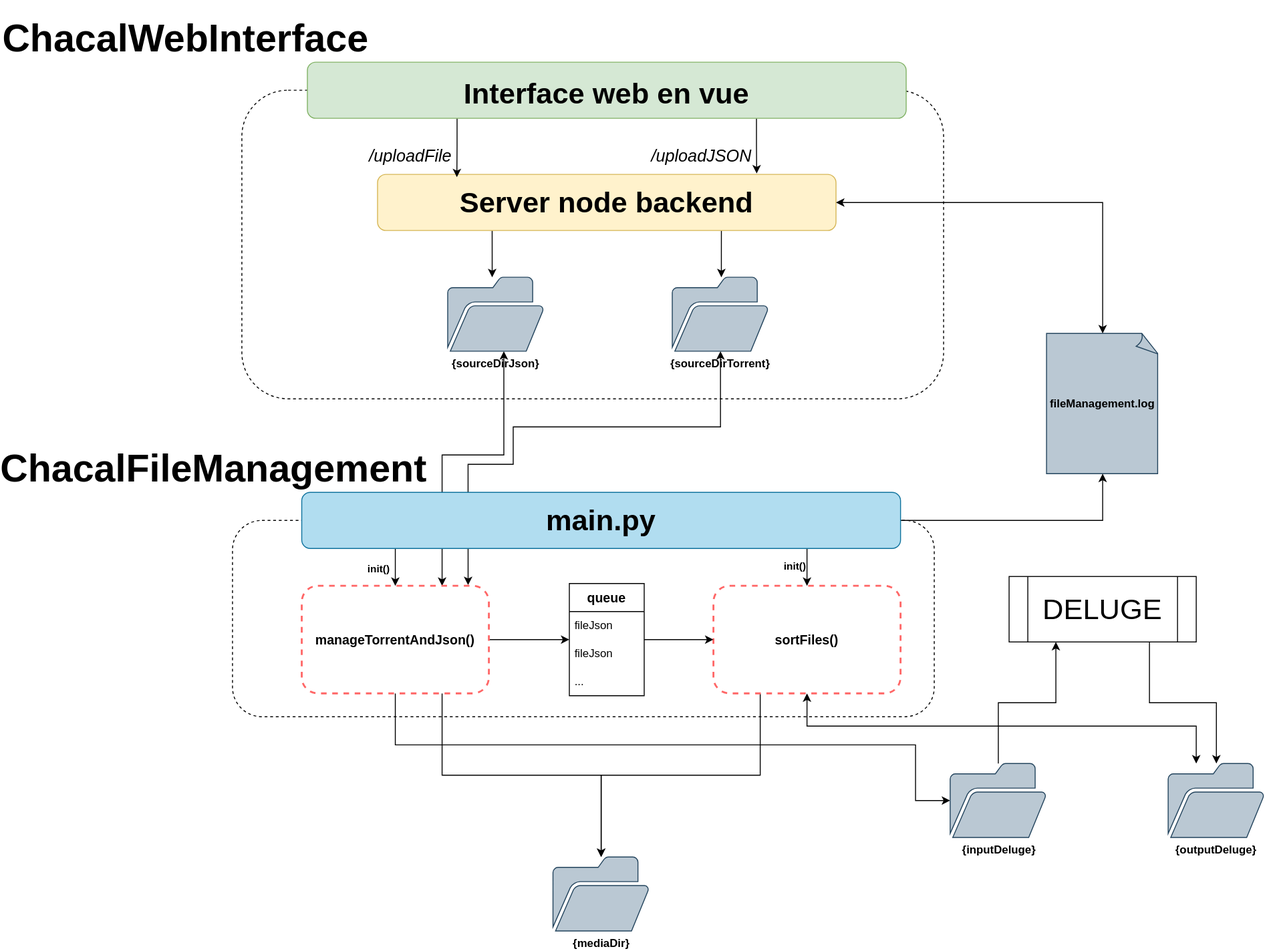
Earlier version of the draw.io export Archi_ChacalTorrent.svg (ChacalTordu/ChacalTorrent). Source tidied: cells renumbered, new cells last; positions are measured from the earlier drawing's top-left corner, leaving out a move shared by most shapes.
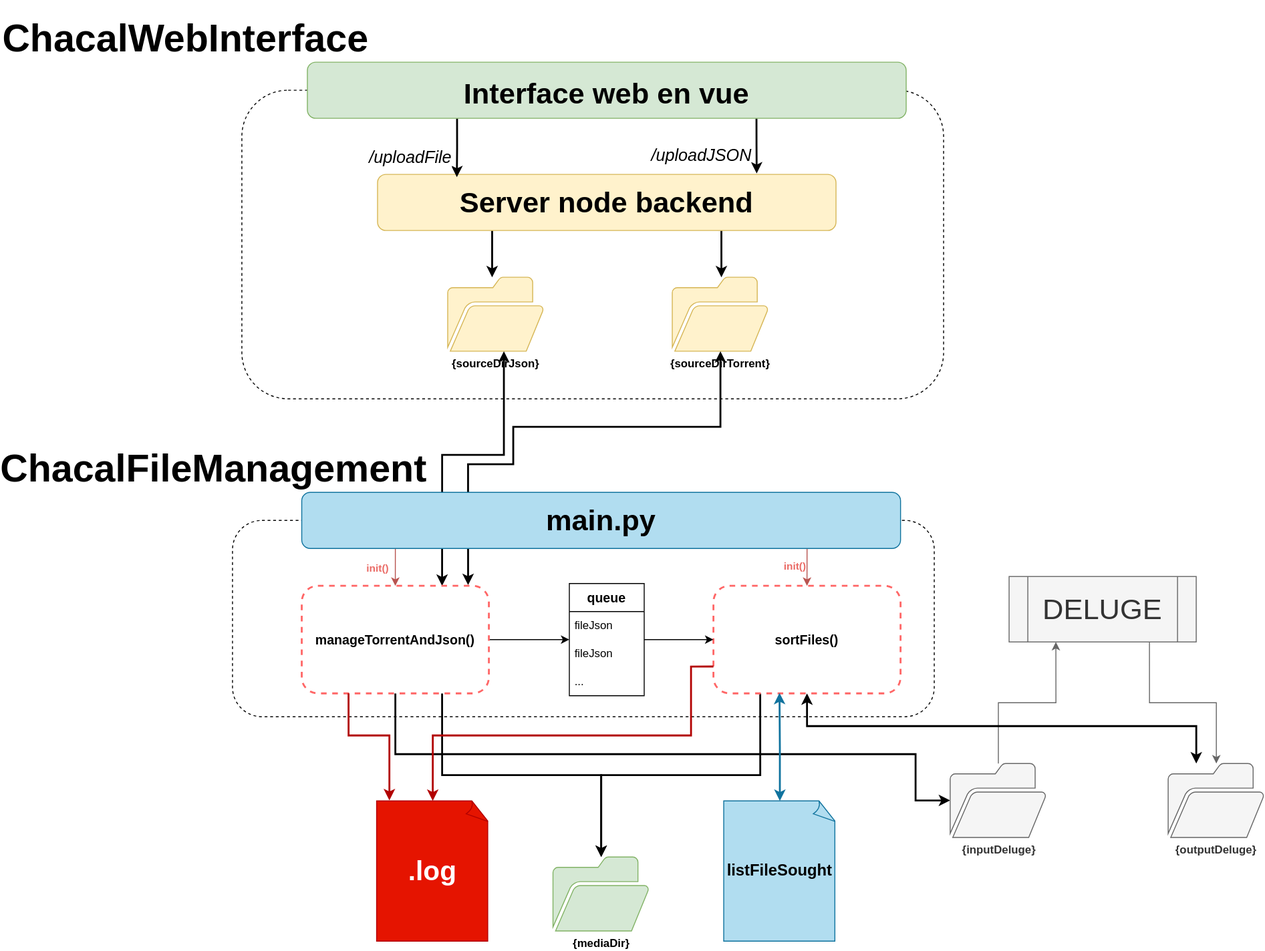
The same file after the commit.

Change to the diagram source:
```diff
@@ -5,7 +5,7 @@
     <mxCell id="2" style="rounded=1;whiteSpace=wrap;html=1;fillColor=none;dashed=1;" parent="1" vertex="1">
       <mxGeometry x="220" y="70" width="750" height="330" as="geometry" />
     </mxCell>
-    <mxCell id="3" style="edgeStyle=orthogonalEdgeStyle;rounded=0;jettySize=auto;html=1;exitX=0.25;exitY=1;exitDx=0;exitDy=0;" parent="1" edge="1" source="5" target="6">
+    <mxCell id="3" style="edgeStyle=orthogonalEdgeStyle;rounded=0;jettySize=auto;html=1;exitX=0.25;exitY=1;exitDx=0;exitDy=0;strokeWidth=2;" parent="1" edge="1" source="5" target="6">
       <mxGeometry relative="1" as="geometry">
         <Array as="points">
           <mxPoint x="488" y="245" />
@@ -13,7 +13,7 @@
         </Array>
       </mxGeometry>
     </mxCell>
-    <mxCell id="4" style="edgeStyle=orthogonalEdgeStyle;rounded=0;jettySize=auto;html=1;exitX=0.75;exitY=1;exitDx=0;exitDy=0;" parent="1" edge="1" source="5" target="7">
+    <mxCell id="4" style="edgeStyle=orthogonalEdgeStyle;rounded=0;jettySize=auto;html=1;exitX=0.75;exitY=1;exitDx=0;exitDy=0;strokeWidth=2;" parent="1" edge="1" source="5" target="7">
       <mxGeometry relative="1" as="geometry">
         <Array as="points">
           <mxPoint x="733" y="245" />
@@ -24,13 +24,13 @@
     <mxCell id="5" value="&lt;h1 style=&quot;font-size: 25px;&quot;&gt;&lt;font style=&quot;font-size: 31px;&quot;&gt;Server node backend&lt;/font&gt;&lt;/h1&gt;" style="rounded=1;whiteSpace=wrap;html=1;fillColor=#fff2cc;strokeColor=#d6b656;" parent="1" vertex="1">
       <mxGeometry x="365" y="160" width="490" height="60" as="geometry" />
     </mxCell>
-    <mxCell id="6" value="&lt;b&gt;{sourceDirJson}&lt;/b&gt;" style="sketch=0;shadow=0;dashed=0;html=1;labelPosition=center;verticalLabelPosition=bottom;verticalAlign=top;outlineConnect=0;align=center;shape=mxgraph.office.concepts.folder_open;fillColor=#bac8d3;strokeColor=#23445d;" parent="1" vertex="1">
+    <mxCell id="6" value="&lt;b&gt;{sourceDirJson}&lt;/b&gt;" style="sketch=0;shadow=0;dashed=0;html=1;labelPosition=center;verticalLabelPosition=bottom;verticalAlign=top;outlineConnect=0;align=center;shape=mxgraph.office.concepts.folder_open;fillColor=#fff2cc;strokeColor=#d6b656;" parent="1" vertex="1">
       <mxGeometry x="440" y="270" width="103" height="79.1" as="geometry" />
     </mxCell>
-    <mxCell id="7" value="&lt;b&gt;{sourceDirTorrent}&lt;/b&gt;" style="sketch=0;shadow=0;dashed=0;html=1;strokeColor=#23445d;fillColor=#bac8d3;labelPosition=center;verticalLabelPosition=bottom;verticalAlign=top;outlineConnect=0;align=center;shape=mxgraph.office.concepts.folder_open;" parent="1" vertex="1">
+    <mxCell id="7" value="&lt;b&gt;{sourceDirTorrent}&lt;/b&gt;" style="sketch=0;shadow=0;dashed=0;html=1;strokeColor=#d6b656;fillColor=#fff2cc;labelPosition=center;verticalLabelPosition=bottom;verticalAlign=top;outlineConnect=0;align=center;shape=mxgraph.office.concepts.folder_open;" parent="1" vertex="1">
       <mxGeometry x="680" y="270" width="103" height="79.1" as="geometry" />
     </mxCell>
-    <mxCell id="8" style="edgeStyle=orthogonalEdgeStyle;rounded=0;jettySize=auto;html=1;exitX=0.25;exitY=1;exitDx=0;exitDy=0;entryX=0.173;entryY=0.05;entryDx=0;entryDy=0;entryPerimeter=0;" parent="1" edge="1" source="12" target="5">
+    <mxCell id="8" style="edgeStyle=orthogonalEdgeStyle;rounded=0;jettySize=auto;html=1;exitX=0.25;exitY=1;exitDx=0;exitDy=0;entryX=0.173;entryY=0.05;entryDx=0;entryDy=0;entryPerimeter=0;strokeWidth=2;" parent="1" edge="1" source="12" target="5">
       <mxGeometry relative="1" as="geometry" />
     </mxCell>
     <mxCell id="9" value="&lt;font style=&quot;font-size: 18px;&quot;&gt;&lt;i&gt;/uploadFile&lt;/i&gt;&lt;/font&gt;" style="edgeLabel;html=1;align=center;verticalAlign=middle;" parent="8" vertex="1">
@@ -38,7 +38,7 @@
         <mxPoint x="-48" y="9" as="offset" />
       </mxGeometry>
     </mxCell>
-    <mxCell id="10" style="edgeStyle=orthogonalEdgeStyle;rounded=0;jettySize=auto;html=1;exitX=0.75;exitY=1;exitDx=0;exitDy=0;entryX=0.827;entryY=-0.017;entryDx=0;entryDy=0;entryPerimeter=0;" parent="1" edge="1" source="12" target="5">
+    <mxCell id="10" style="edgeStyle=orthogonalEdgeStyle;rounded=0;jettySize=auto;html=1;exitX=0.75;exitY=1;exitDx=0;exitDy=0;entryX=0.827;entryY=-0.017;entryDx=0;entryDy=0;entryPerimeter=0;strokeWidth=2;" parent="1" edge="1" source="12" target="5">
       <mxGeometry relative="1" as="geometry" />
     </mxCell>
     <mxCell id="11" value="&lt;font style=&quot;font-size: 18px;&quot;&gt;&lt;i&gt;/uploadJSON&lt;/i&gt;&lt;/font&gt;" style="edgeLabel;html=1;align=center;verticalAlign=middle;" parent="10" vertex="1">
@@ -55,16 +55,10 @@
     <mxCell id="14" value="&lt;h1 style=&quot;font-size: 25px;&quot;&gt;&lt;font style=&quot;font-size: 41px;&quot;&gt;ChacalFileManagement&lt;/font&gt;&lt;/h1&gt;" style="text;html=1;align=center;verticalAlign=middle;whiteSpace=wrap;rounded=0;" parent="1" vertex="1">
       <mxGeometry x="30" y="460" width="320" height="30" as="geometry" />
     </mxCell>
-    <mxCell id="15" value="&lt;div style=&quot;font-size: 13px;&quot; align=&quot;center&quot;&gt;&lt;font style=&quot;font-size: 12px;&quot;&gt;&lt;b&gt;fileManagement.log&lt;/b&gt;&lt;/font&gt;&lt;/div&gt;" style="whiteSpace=wrap;html=1;shape=mxgraph.basic.document;align=center;fillColor=#bac8d3;strokeColor=#23445d;" parent="1" vertex="1">
-      <mxGeometry x="1080" y="330" width="120" height="150" as="geometry" />
+    <mxCell id="15" value="&lt;div style=&quot;font-size: 29px;&quot; align=&quot;center&quot;&gt;&lt;font style=&quot;font-size: 29px;&quot;&gt;&lt;b&gt;.log&lt;/b&gt;&lt;/font&gt;&lt;/div&gt;" style="whiteSpace=wrap;html=1;shape=mxgraph.basic.document;align=center;fillColor=#e51400;strokeColor=#B20000;fontColor=#ffffff;" parent="1" vertex="1">
+      <mxGeometry x="364" y="830" width="120" height="150" as="geometry" />
     </mxCell>
-    <mxCell id="16" style="edgeStyle=orthogonalEdgeStyle;rounded=0;jettySize=auto;html=1;entryX=0.5;entryY=0;entryDx=0;entryDy=0;entryPerimeter=0;startArrow=classic;startFill=1;" parent="1" edge="1" source="5" target="15">
-      <mxGeometry relative="1" as="geometry" />
-    </mxCell>
-    <mxCell id="17" style="edgeStyle=orthogonalEdgeStyle;rounded=0;jettySize=auto;html=1;entryX=0.5;entryY=1;entryDx=0;entryDy=0;entryPerimeter=0;" parent="1" edge="1" source="38" target="15">
-      <mxGeometry relative="1" as="geometry" />
-    </mxCell>
-    <mxCell id="18" style="edgeStyle=orthogonalEdgeStyle;rounded=0;jettySize=auto;html=1;entryX=0.75;entryY=0;entryDx=0;entryDy=0;startArrow=classic;startFill=1;" parent="1" edge="1" source="6" target="31">
+    <mxCell id="18" style="edgeStyle=orthogonalEdgeStyle;rounded=0;jettySize=auto;html=1;entryX=0.75;entryY=0;entryDx=0;entryDy=0;startArrow=classic;startFill=1;strokeWidth=2;" parent="1" edge="1" source="6" target="31">
       <mxGeometry relative="1" as="geometry">
         <Array as="points">
           <mxPoint x="500" y="460" />
@@ -72,7 +66,7 @@
         </Array>
       </mxGeometry>
     </mxCell>
-    <mxCell id="19" style="edgeStyle=orthogonalEdgeStyle;rounded=0;jettySize=auto;html=1;entryX=0.889;entryY=-0.007;entryDx=0;entryDy=0;entryPerimeter=0;startArrow=classic;startFill=1;" parent="1" edge="1" source="7" target="31">
+    <mxCell id="19" style="edgeStyle=orthogonalEdgeStyle;rounded=0;jettySize=auto;html=1;entryX=0.889;entryY=-0.007;entryDx=0;entryDy=0;entryPerimeter=0;startArrow=classic;startFill=1;strokeWidth=2;" parent="1" edge="1" source="7" target="31">
       <mxGeometry relative="1" as="geometry">
         <Array as="points">
           <mxPoint x="732" y="430" />
@@ -82,31 +76,31 @@
         </Array>
       </mxGeometry>
     </mxCell>
-    <mxCell id="20" style="edgeStyle=orthogonalEdgeStyle;rounded=0;jettySize=auto;html=1;entryX=0.25;entryY=1;entryDx=0;entryDy=0;" parent="1" edge="1" source="22" target="25">
+    <mxCell id="20" style="edgeStyle=orthogonalEdgeStyle;rounded=0;jettySize=auto;html=1;entryX=0.25;entryY=1;entryDx=0;entryDy=0;fillColor=#f5f5f5;strokeColor=#666666;" parent="1" edge="1" source="22" target="25">
       <mxGeometry relative="1" as="geometry" />
     </mxCell>
-    <mxCell id="21" style="edgeStyle=orthogonalEdgeStyle;rounded=0;jettySize=auto;html=1;startArrow=classic;startFill=1;endArrow=none;endFill=0;" parent="1" edge="1" source="22" target="31">
+    <mxCell id="21" style="edgeStyle=orthogonalEdgeStyle;rounded=0;jettySize=auto;html=1;startArrow=classic;startFill=1;endArrow=none;endFill=0;strokeWidth=2;" parent="1" edge="1" source="22" target="31">
       <mxGeometry relative="1" as="geometry">
         <Array as="points">
           <mxPoint x="940" y="830" />
-          <mxPoint x="940" y="770" />
-          <mxPoint x="384" y="770" />
+          <mxPoint x="940" y="780" />
+          <mxPoint x="384" y="780" />
         </Array>
       </mxGeometry>
     </mxCell>
-    <mxCell id="22" value="&lt;b&gt;{inputDeluge}&lt;/b&gt;" style="sketch=0;shadow=0;dashed=0;html=1;labelPosition=center;verticalLabelPosition=bottom;verticalAlign=top;outlineConnect=0;align=center;shape=mxgraph.office.concepts.folder_open;fillColor=#bac8d3;strokeColor=#23445d;" parent="1" vertex="1">
+    <mxCell id="22" value="&lt;b&gt;{inputDeluge}&lt;/b&gt;" style="sketch=0;shadow=0;dashed=0;html=1;labelPosition=center;verticalLabelPosition=bottom;verticalAlign=top;outlineConnect=0;align=center;shape=mxgraph.office.concepts.folder_open;fillColor=#f5f5f5;strokeColor=#666666;fontColor=#333333;" parent="1" vertex="1">
       <mxGeometry x="977" y="790" width="103" height="79.1" as="geometry" />
     </mxCell>
-    <mxCell id="23" style="edgeStyle=orthogonalEdgeStyle;rounded=0;jettySize=auto;html=1;exitX=0.75;exitY=1;exitDx=0;exitDy=0;" parent="1" edge="1" source="25" target="27">
+    <mxCell id="23" style="edgeStyle=orthogonalEdgeStyle;rounded=0;jettySize=auto;html=1;exitX=0.75;exitY=1;exitDx=0;exitDy=0;fillColor=#f5f5f5;strokeColor=#666666;" parent="1" edge="1" source="25" target="27">
       <mxGeometry relative="1" as="geometry" />
     </mxCell>
     <mxCell id="24" style="rounded=1;whiteSpace=wrap;html=1;fillColor=none;dashed=1;" parent="1" vertex="1">
       <mxGeometry x="210" y="530" width="750" height="210" as="geometry" />
     </mxCell>
-    <mxCell id="25" value="&lt;font style=&quot;font-size: 31px;&quot;&gt;DELUGE&lt;/font&gt;" style="shape=process;whiteSpace=wrap;html=1;backgroundOutline=1;" parent="1" vertex="1">
+    <mxCell id="25" value="&lt;font style=&quot;font-size: 31px;&quot;&gt;DELUGE&lt;/font&gt;" style="shape=process;whiteSpace=wrap;html=1;backgroundOutline=1;fillColor=#f5f5f5;fontColor=#333333;strokeColor=#666666;" parent="1" vertex="1">
       <mxGeometry x="1040" y="590" width="200" height="70" as="geometry" />
     </mxCell>
-    <mxCell id="26" style="edgeStyle=orthogonalEdgeStyle;rounded=0;jettySize=auto;html=1;entryX=0.5;entryY=1;entryDx=0;entryDy=0;startArrow=classic;startFill=1;" parent="1" edge="1" source="27" target="33">
+    <mxCell id="26" style="edgeStyle=orthogonalEdgeStyle;rounded=0;jettySize=auto;html=1;entryX=0.5;entryY=1;entryDx=0;entryDy=0;startArrow=classic;startFill=1;strokeWidth=2;" parent="1" edge="1" source="27" target="33">
       <mxGeometry relative="1" as="geometry">
         <Array as="points">
           <mxPoint x="1240" y="750" />
@@ -114,47 +108,47 @@
         </Array>
       </mxGeometry>
     </mxCell>
-    <mxCell id="27" value="&lt;b&gt;{outputDeluge}&lt;/b&gt;" style="sketch=0;shadow=0;dashed=0;html=1;labelPosition=center;verticalLabelPosition=bottom;verticalAlign=top;outlineConnect=0;align=center;shape=mxgraph.office.concepts.folder_open;fillColor=#bac8d3;strokeColor=#23445d;" parent="1" vertex="1">
+    <mxCell id="27" value="&lt;b&gt;{outputDeluge}&lt;/b&gt;" style="sketch=0;shadow=0;dashed=0;html=1;labelPosition=center;verticalLabelPosition=bottom;verticalAlign=top;outlineConnect=0;align=center;shape=mxgraph.office.concepts.folder_open;fillColor=#f5f5f5;strokeColor=#666666;fontColor=#333333;" parent="1" vertex="1">
       <mxGeometry x="1210" y="790" width="103" height="79.1" as="geometry" />
     </mxCell>
-    <mxCell id="28" value="&lt;b&gt;{mediaDir}&lt;/b&gt;" style="sketch=0;shadow=0;dashed=0;html=1;labelPosition=center;verticalLabelPosition=bottom;verticalAlign=top;outlineConnect=0;align=center;shape=mxgraph.office.concepts.folder_open;fillColor=#bac8d3;strokeColor=#23445d;" parent="1" vertex="1">
+    <mxCell id="28" value="&lt;b&gt;{mediaDir}&lt;/b&gt;" style="sketch=0;shadow=0;dashed=0;html=1;labelPosition=center;verticalLabelPosition=bottom;verticalAlign=top;outlineConnect=0;align=center;shape=mxgraph.office.concepts.folder_open;fillColor=#d5e8d4;strokeColor=#82b366;" parent="1" vertex="1">
       <mxGeometry x="552.5" y="890" width="103" height="79.1" as="geometry" />
     </mxCell>
     <mxCell id="29" style="edgeStyle=orthogonalEdgeStyle;rounded=0;jettySize=auto;html=1;exitX=1;exitY=0.5;exitDx=0;exitDy=0;entryX=0;entryY=0.5;entryDx=0;entryDy=0;" parent="1" edge="1" source="31" target="40">
       <mxGeometry relative="1" as="geometry" />
     </mxCell>
-    <mxCell id="30" style="edgeStyle=orthogonalEdgeStyle;rounded=0;jettySize=auto;html=1;exitX=0.75;exitY=1;exitDx=0;exitDy=0;" parent="1" edge="1" source="31" target="28">
+    <mxCell id="30" style="edgeStyle=orthogonalEdgeStyle;rounded=0;jettySize=auto;html=1;exitX=0.75;exitY=1;exitDx=0;exitDy=0;strokeWidth=2;" parent="1" edge="1" source="31" target="28">
       <mxGeometry relative="1" as="geometry" />
     </mxCell>
     <mxCell id="31" value="&lt;b&gt;&lt;font style=&quot;font-size: 14px;&quot;&gt;manageTorrentAndJson()&lt;/font&gt;&lt;/b&gt;" style="rounded=1;whiteSpace=wrap;html=1;dashed=1;strokeWidth=2;strokeColor=#FF6666;" parent="1" vertex="1">
       <mxGeometry x="284" y="600" width="200" height="115" as="geometry" />
     </mxCell>
-    <mxCell id="32" style="edgeStyle=orthogonalEdgeStyle;rounded=0;jettySize=auto;html=1;exitX=0.25;exitY=1;exitDx=0;exitDy=0;" parent="1" edge="1" source="33" target="28">
+    <mxCell id="32" style="edgeStyle=orthogonalEdgeStyle;rounded=0;jettySize=auto;html=1;exitX=0.25;exitY=1;exitDx=0;exitDy=0;strokeWidth=2;" parent="1" edge="1" source="33" target="28">
       <mxGeometry relative="1" as="geometry" />
     </mxCell>
     <mxCell id="33" value="&lt;font style=&quot;font-size: 14px;&quot;&gt;&lt;b&gt;sortFiles()&lt;/b&gt;&lt;/font&gt;" style="rounded=1;whiteSpace=wrap;html=1;dashed=1;strokeWidth=2;strokeColor=#FF6666;" parent="1" vertex="1">
       <mxGeometry x="724" y="600" width="200" height="115" as="geometry" />
     </mxCell>
-    <mxCell id="34" style="edgeStyle=orthogonalEdgeStyle;rounded=0;jettySize=auto;html=1;exitX=0.25;exitY=1;exitDx=0;exitDy=0;entryX=0.5;entryY=0;entryDx=0;entryDy=0;" parent="1" edge="1" source="38" target="31">
+    <mxCell id="34" style="edgeStyle=orthogonalEdgeStyle;rounded=0;jettySize=auto;html=1;exitX=0.25;exitY=1;exitDx=0;exitDy=0;entryX=0.5;entryY=0;entryDx=0;entryDy=0;fillColor=#f8cecc;strokeColor=#b85450;" parent="1" edge="1" source="38" target="31">
       <mxGeometry relative="1" as="geometry">
         <Array as="points">
           <mxPoint x="384" y="560" />
         </Array>
       </mxGeometry>
     </mxCell>
-    <mxCell id="35" value="&lt;b&gt;init()&lt;/b&gt;" style="edgeLabel;html=1;align=center;verticalAlign=middle;" parent="34" vertex="1">
+    <mxCell id="35" value="&lt;b&gt;init()&lt;/b&gt;" style="edgeLabel;html=1;align=center;verticalAlign=middle;fontColor=#EA6B66;" parent="34" vertex="1">
       <mxGeometry x="0.62" y="-2" relative="1" as="geometry">
         <mxPoint x="-17" as="offset" />
       </mxGeometry>
     </mxCell>
-    <mxCell id="36" style="edgeStyle=orthogonalEdgeStyle;rounded=0;jettySize=auto;html=1;exitX=0.75;exitY=1;exitDx=0;exitDy=0;entryX=0.5;entryY=0;entryDx=0;entryDy=0;" parent="1" edge="1" source="38" target="33">
+    <mxCell id="36" style="edgeStyle=orthogonalEdgeStyle;rounded=0;jettySize=auto;html=1;exitX=0.75;exitY=1;exitDx=0;exitDy=0;entryX=0.5;entryY=0;entryDx=0;entryDy=0;fillColor=#f8cecc;strokeColor=#b85450;" parent="1" edge="1" source="38" target="33">
       <mxGeometry relative="1" as="geometry">
         <Array as="points">
           <mxPoint x="824" y="560" />
         </Array>
       </mxGeometry>
     </mxCell>
-    <mxCell id="37" value="&lt;b&gt;init()&lt;/b&gt;" style="edgeLabel;html=1;align=center;verticalAlign=middle;" parent="36" vertex="1">
+    <mxCell id="37" value="&lt;b&gt;init()&lt;/b&gt;" style="edgeLabel;html=1;align=center;verticalAlign=middle;fontColor=#EA6B66;" parent="36" vertex="1">
       <mxGeometry x="0.57" relative="1" as="geometry">
         <mxPoint x="-14" as="offset" />
       </mxGeometry>
@@ -177,5 +171,28 @@
     <mxCell id="43" value="..." style="text;strokeColor=none;fillColor=none;align=left;verticalAlign=middle;spacingLeft=4;spacingRight=4;overflow=hidden;whiteSpace=wrap;html=1;" parent="40" vertex="1">
       <mxGeometry y="90" width="80" height="30" as="geometry" />
     </mxCell>
+    <mxCell id="44" value="&lt;div style=&quot;font-size: 14px;&quot; align=&quot;center&quot;&gt;&lt;font size=&quot;1&quot;&gt;&lt;b style=&quot;font-size: 17px;&quot;&gt;listFileSought&lt;/b&gt;&lt;/font&gt;&lt;/div&gt;" style="whiteSpace=wrap;html=1;shape=mxgraph.basic.document;align=center;fillColor=#b1ddf0;strokeColor=#10739e;" parent="1" vertex="1">
+      <mxGeometry x="735" y="830" width="120" height="150" as="geometry" />
+    </mxCell>
+    <mxCell id="45" style="edgeStyle=orthogonalEdgeStyle;rounded=0;jettySize=auto;html=1;entryX=0.353;entryY=0.995;entryDx=0;entryDy=0;entryPerimeter=0;startArrow=classic;startFill=1;strokeWidth=2;fillColor=#b1ddf0;strokeColor=#10739e;" parent="1" edge="1" source="44" target="33">
+      <mxGeometry relative="1" as="geometry" />
+    </mxCell>
+    <mxCell id="46" style="edgeStyle=orthogonalEdgeStyle;rounded=0;jettySize=auto;html=1;exitX=0.25;exitY=1;exitDx=0;exitDy=0;entryX=0.114;entryY=-0.004;entryDx=0;entryDy=0;entryPerimeter=0;fillColor=#e51400;strokeColor=#B20000;strokeWidth=2;" parent="1" edge="1" source="31" target="15">
+      <mxGeometry relative="1" as="geometry">
+        <Array as="points">
+          <mxPoint x="334" y="760" />
+          <mxPoint x="378" y="760" />
+        </Array>
+      </mxGeometry>
+    </mxCell>
+    <mxCell id="47" style="edgeStyle=orthogonalEdgeStyle;rounded=0;jettySize=auto;html=1;exitX=0;exitY=0.75;exitDx=0;exitDy=0;entryX=0.5;entryY=0;entryDx=0;entryDy=0;entryPerimeter=0;strokeWidth=2;fillColor=#e51400;strokeColor=#B20000;" parent="1" edge="1" source="33" target="15">
+      <mxGeometry relative="1" as="geometry">
+        <Array as="points">
+          <mxPoint x="700" y="686" />
+          <mxPoint x="700" y="760" />
+          <mxPoint x="424" y="760" />
+        </Array>
+      </mxGeometry>
+    </mxCell>
   </root>
 </mxGraphModel>
```
